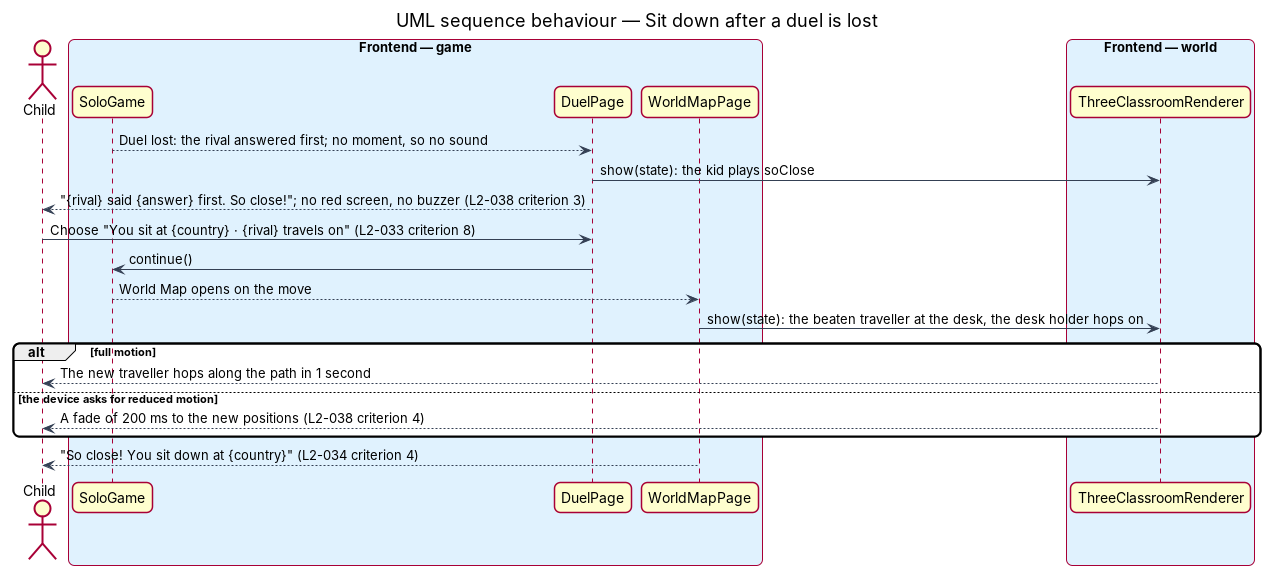
Earlier version of the PlantUML export docs/detailed-designs/classroom/play-motion-and-sound/diagrams/sequence-sit-down.png (QuinntyneBrown/around-the-world). Its source is kept beside it as docs/detailed-designs/classroom/play-motion-and-sound/diagrams/sequence-sit-down.puml.
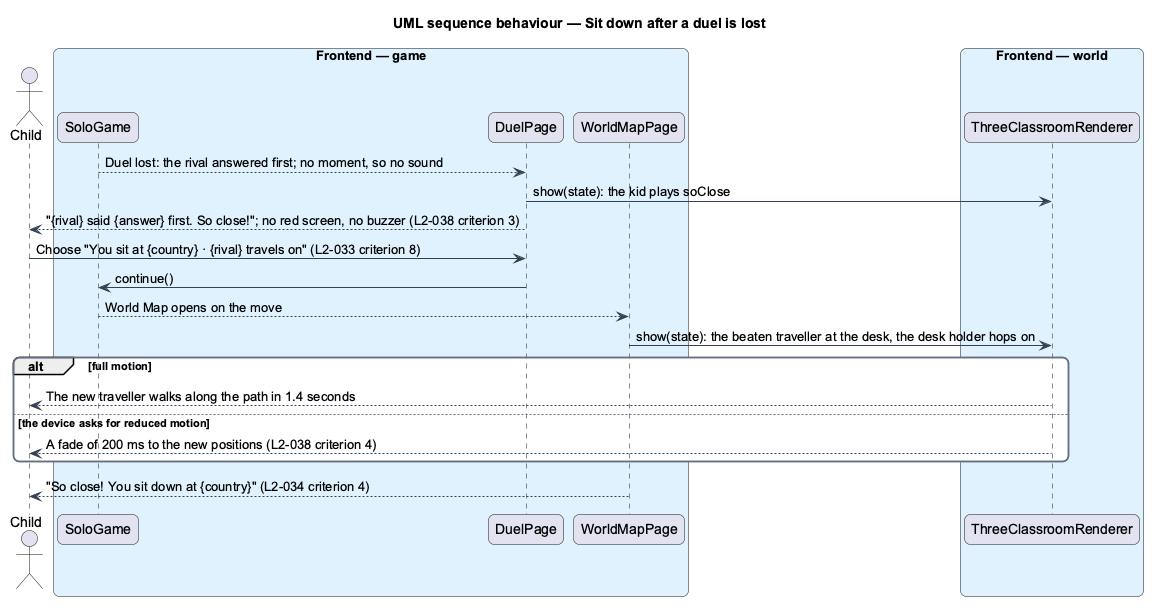
After the commit.

Change to the diagram source:
```diff
@@ -31,7 +31,7 @@
 session --> map : World Map opens on the move
 map -> renderer : show(state): the beaten traveller at the desk, the desk holder hops on
 alt full motion
-  renderer --> actor : The new traveller hops along the path in 1 second
+  renderer --> actor : The new traveller walks along the path in 1.4 seconds
 else the device asks for reduced motion
   renderer --> actor : A fade of 200 ms to the new positions (L2-038 criterion 4)
 end
```
